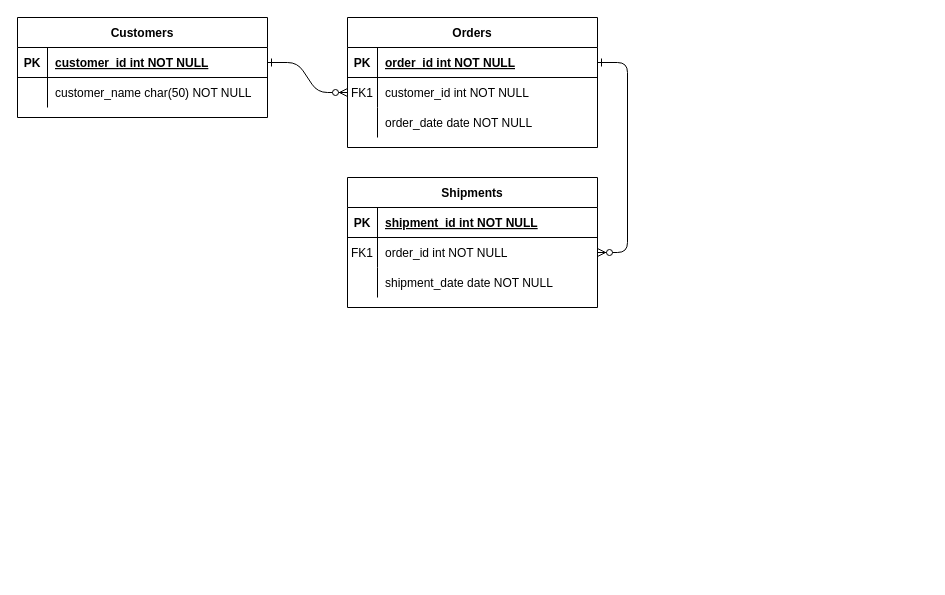
Before: model_conceptual.drawio in vitorjurj/examen_sem1_db, a draw.io diagram. Source tidied: cells renumbered, new cells numbered last; positions are measured from the earlier drawing's top-left corner, leaving out a move shared by most shapes. Both pictures are drawn from the tidied source at 100%, with x=0, y=0 at pixel (17, 17).
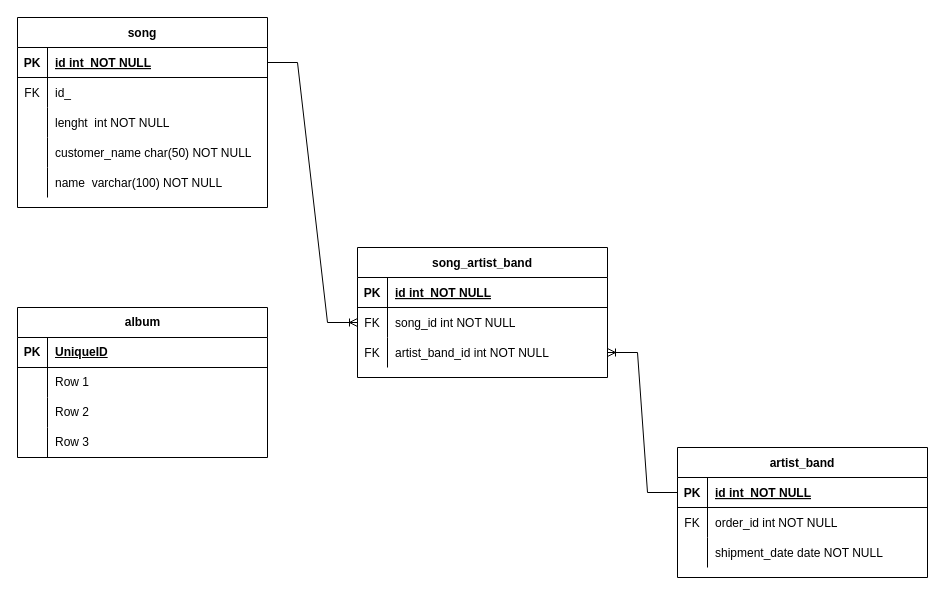
The same diagram, later.

The change refers to these unchanged cells:
```xml
<mxCell id="5" style="shape=partialRectangle;fillColor=none;points=[[0,0.5],[1,0.5]];portConstraint=eastwest;top=0;left=0;right=0;bottom=1;" parent="4" vertex="1">
  <mxGeometry y="30" width="250" height="30" as="geometry" />
</mxCell>
<mxCell id="8" style="shape=partialRectangle;fillColor=none;points=[[0,0.5],[1,0.5]];portConstraint=eastwest;top=0;left=0;right=0;bottom=0;" parent="4" vertex="1">
  <mxGeometry y="60" width="250" height="30" as="geometry" />
</mxCell>
<mxCell id="11" style="shape=partialRectangle;fillColor=none;points=[[0,0.5],[1,0.5]];portConstraint=eastwest;top=0;left=0;right=0;bottom=0;" parent="4" vertex="1">
  <mxGeometry y="90" width="250" height="30" as="geometry" />
</mxCell>
<mxCell id="15" style="shape=partialRectangle;fillColor=none;points=[[0,0.5],[1,0.5]];portConstraint=eastwest;top=0;left=0;right=0;bottom=1;" parent="14" vertex="1">
  <mxGeometry y="30" width="250" height="30" as="geometry" />
</mxCell>
<mxCell id="18" style="shape=partialRectangle;fillColor=none;points=[[0,0.5],[1,0.5]];portConstraint=eastwest;top=0;left=0;right=0;bottom=0;" parent="14" vertex="1">
  <mxGeometry y="60" width="250" height="30" as="geometry" />
</mxCell>
<mxCell id="25" style="shape=partialRectangle;fillColor=none;points=[[0,0.5],[1,0.5]];portConstraint=eastwest;top=0;left=0;right=0;bottom=1;" parent="24" vertex="1">
  <mxGeometry y="30" width="250" height="30" as="geometry" />
</mxCell>
<mxCell id="28" style="shape=partialRectangle;fillColor=none;top=0;left=0;right=0;bottom=0;" parent="24" vertex="1">
  <mxGeometry y="60" width="250" height="30" as="geometry" />
</mxCell>
```

The edit, as a diff of the source:
```diff
@@
-    <mxCell id="2" style="edgeStyle=entityRelationEdgeStyle;endArrow=ERzeroToMany;startArrow=ERone;endFill=1;startFill=0;" parent="1" edge="1" source="25" target="8">
-      <mxGeometry relative="1" as="geometry" />
-    </mxCell>
-    <mxCell id="3" style="edgeStyle=entityRelationEdgeStyle;endArrow=ERzeroToMany;startArrow=ERone;endFill=1;startFill=0;" parent="1" edge="1" source="5" target="18">
-      <mxGeometry relative="1" as="geometry" />
-    </mxCell>
-    <mxCell id="4" value="Orders" style="shape=table;startSize=30;childLayout=tableLayout;rowLines=0;fontStyle=1;align=center;" parent="1" vertex="1">
-      <mxGeometry x="330" width="250" height="130" as="geometry" />
+    <mxCell id="4" value="song_artist_band" style="shape=table;startSize=30;childLayout=tableLayout;rowLines=0;fontStyle=1;align=center;" parent="1" vertex="1">
+      <mxGeometry x="340" y="230" width="250" height="130" as="geometry" />
     </mxCell>
@@
-    <mxCell id="7" value="order_id int NOT NULL " style="shape=partialRectangle;overflow=hidden;fillColor=none;top=0;left=0;bottom=0;right=0;align=left;spacingLeft=6;fontStyle=5;" parent="5" vertex="1">
+    <mxCell id="7" value="id int  NOT NULL" style="shape=partialRectangle;overflow=hidden;fillColor=none;top=0;left=0;bottom=0;right=0;align=left;spacingLeft=6;fontStyle=5;" parent="5" vertex="1">
       <mxGeometry x="30" width="220" height="30" as="geometry" />
     </mxCell>
@@
-    <mxCell id="9" value="FK1" style="shape=partialRectangle;overflow=hidden;fillColor=none;top=0;left=0;bottom=0;right=0;" parent="8" vertex="1">
+    <mxCell id="9" value="FK" style="shape=partialRectangle;overflow=hidden;fillColor=none;top=0;left=0;bottom=0;right=0;" parent="8" vertex="1">
       <mxGeometry width="30" height="30" as="geometry" />
     </mxCell>
-    <mxCell id="10" value="customer_id int NOT NULL" style="shape=partialRectangle;overflow=hidden;fillColor=none;top=0;left=0;bottom=0;right=0;align=left;spacingLeft=6;" parent="8" vertex="1">
+    <mxCell id="10" value="song_id int NOT NULL" style="shape=partialRectangle;overflow=hidden;fillColor=none;top=0;left=0;bottom=0;right=0;align=left;spacingLeft=6;" parent="8" vertex="1">
       <mxGeometry x="30" width="220" height="30" as="geometry" />
     </mxCell>
@@
-    <mxCell id="12" style="shape=partialRectangle;overflow=hidden;fillColor=none;top=0;left=0;bottom=0;right=0;" parent="11" vertex="1">
+    <mxCell id="12" value="FK" style="shape=partialRectangle;overflow=hidden;fillColor=none;top=0;left=0;bottom=0;right=0;" parent="11" vertex="1">
       <mxGeometry width="30" height="30" as="geometry" />
     </mxCell>
-    <mxCell id="13" value="order_date date NOT NULL" style="shape=partialRectangle;overflow=hidden;fillColor=none;top=0;left=0;bottom=0;right=0;align=left;spacingLeft=6;" parent="11" vertex="1">
+    <mxCell id="13" value="artist_band_id int NOT NULL" style="shape=partialRectangle;overflow=hidden;fillColor=none;top=0;left=0;bottom=0;right=0;align=left;spacingLeft=6;" parent="11" vertex="1">
       <mxGeometry x="30" width="220" height="30" as="geometry" />
     </mxCell>
-    <mxCell id="14" value="Shipments" style="shape=table;startSize=30;childLayout=tableLayout;rowLines=0;fontStyle=1;align=center;" parent="1" vertex="1">
-      <mxGeometry x="330" y="160" width="250" height="130" as="geometry" />
+    <mxCell id="14" value="artist_band" style="shape=table;startSize=30;childLayout=tableLayout;rowLines=0;fontStyle=1;align=center;" parent="1" vertex="1">
+      <mxGeometry x="660" y="430" width="250" height="130" as="geometry" />
     </mxCell>
@@
-    <mxCell id="17" value="shipment_id int NOT NULL " style="shape=partialRectangle;overflow=hidden;fillColor=none;top=0;left=0;bottom=0;right=0;align=left;spacingLeft=6;fontStyle=5;" parent="15" vertex="1">
+    <mxCell id="17" value="id int  NOT NULL" style="shape=partialRectangle;overflow=hidden;fillColor=none;top=0;left=0;bottom=0;right=0;align=left;spacingLeft=6;fontStyle=5;" parent="15" vertex="1">
       <mxGeometry x="30" width="220" height="30" as="geometry" />
     </mxCell>
@@
-    <mxCell id="19" value="FK1" style="shape=partialRectangle;overflow=hidden;fillColor=none;top=0;left=0;bottom=0;right=0;" parent="18" vertex="1">
+    <mxCell id="19" value="FK" style="shape=partialRectangle;overflow=hidden;fillColor=none;top=0;left=0;bottom=0;right=0;" parent="18" vertex="1">
       <mxGeometry width="30" height="30" as="geometry" />
     </mxCell>
@@
-    <mxCell id="24" value="Customers" style="shape=table;startSize=30;childLayout=tableLayout;rowLines=0;fontStyle=1;align=center;" parent="1" vertex="1">
-      <mxGeometry width="250" height="100" as="geometry" />
+    <mxCell id="24" value="song" style="shape=table;startSize=30;childLayout=tableLayout;rowLines=0;fontStyle=1;align=center;" parent="1" vertex="1">
+      <mxGeometry width="250" height="190" as="geometry" />
     </mxCell>
@@
-    <mxCell id="27" value="customer_id int NOT NULL " style="shape=partialRectangle;overflow=hidden;fillColor=none;top=0;left=0;bottom=0;right=0;align=left;spacingLeft=6;fontStyle=5;" parent="25" vertex="1">
+    <mxCell id="27" value="id int  NOT NULL" style="shape=partialRectangle;overflow=hidden;fillColor=none;top=0;left=0;bottom=0;right=0;align=left;spacingLeft=6;fontStyle=5;" parent="25" vertex="1">
       <mxGeometry x="30" width="220" height="30" as="geometry" />
     </mxCell>
@@
-    <mxCell id="29" style="shape=partialRectangle;overflow=hidden;fillColor=none;top=0;left=0;bottom=0;right=0;" parent="28" vertex="1">
+    <mxCell id="29" value="FK" style="shape=partialRectangle;overflow=hidden;fillColor=none;top=0;left=0;bottom=0;right=0;" parent="28" vertex="1">
       <mxGeometry width="30" height="30" as="geometry" />
     </mxCell>
-    <mxCell id="30" value="customer_name char(50) NOT NULL" style="shape=partialRectangle;overflow=hidden;fillColor=none;top=0;left=0;bottom=0;right=0;align=left;spacingLeft=6;" parent="28" vertex="1">
+    <mxCell id="30" value="id_" style="shape=partialRectangle;overflow=hidden;fillColor=none;top=0;left=0;bottom=0;right=0;align=left;spacingLeft=6;" parent="28" vertex="1">
       <mxGeometry x="30" width="220" height="30" as="geometry" />
     </mxCell>
+    <mxCell id="31" style="shape=partialRectangle;fillColor=none;top=0;left=0;right=0;bottom=0;" parent="24" vertex="1">
+      <mxGeometry y="90" width="250" height="30" as="geometry" />
+    </mxCell>
+    <mxCell id="32" style="shape=partialRectangle;overflow=hidden;fillColor=none;top=0;left=0;bottom=0;right=0;" parent="31" vertex="1">
+      <mxGeometry width="30" height="30" as="geometry" />
+    </mxCell>
+    <mxCell id="33" value="lenght  int NOT NULL" style="shape=partialRectangle;overflow=hidden;fillColor=none;top=0;left=0;bottom=0;right=0;align=left;spacingLeft=6;" parent="31" vertex="1">
+      <mxGeometry x="30" width="220" height="30" as="geometry" />
+    </mxCell>
+    <mxCell id="34" style="shape=partialRectangle;fillColor=none;top=0;left=0;right=0;bottom=0;" parent="24" vertex="1">
+      <mxGeometry y="120" width="250" height="30" as="geometry" />
+    </mxCell>
+    <mxCell id="35" style="shape=partialRectangle;overflow=hidden;fillColor=none;top=0;left=0;bottom=0;right=0;" parent="34" vertex="1">
+      <mxGeometry width="30" height="30" as="geometry" />
+    </mxCell>
+    <mxCell id="36" value="customer_name char(50) NOT NULL" style="shape=partialRectangle;overflow=hidden;fillColor=none;top=0;left=0;bottom=0;right=0;align=left;spacingLeft=6;" parent="34" vertex="1">
+      <mxGeometry x="30" width="220" height="30" as="geometry" />
+    </mxCell>
+    <mxCell id="37" style="shape=partialRectangle;fillColor=none;top=0;left=0;right=0;bottom=0;" parent="24" vertex="1">
+      <mxGeometry y="150" width="250" height="30" as="geometry" />
+    </mxCell>
+    <mxCell id="38" style="shape=partialRectangle;overflow=hidden;fillColor=none;top=0;left=0;bottom=0;right=0;" parent="37" vertex="1">
+      <mxGeometry width="30" height="30" as="geometry" />
+    </mxCell>
+    <mxCell id="39" value="name  varchar(100) NOT NULL" style="shape=partialRectangle;overflow=hidden;fillColor=none;top=0;left=0;bottom=0;right=0;align=left;spacingLeft=6;" parent="37" vertex="1">
+      <mxGeometry x="30" width="220" height="30" as="geometry" />
+    </mxCell>
+    <mxCell id="2" style="edgeStyle=entityRelationEdgeStyle;fontSize=12;html=1;endArrow=ERoneToMany;rounded=0;exitX=1;exitY=0.5;exitDx=0;exitDy=0;entryX=0;entryY=0.5;entryDx=0;entryDy=0;" parent="1" edge="1" source="25" target="8">
+      <mxGeometry relative="1" as="geometry" />
+    </mxCell>
+    <mxCell id="40" style="edgeStyle=entityRelationEdgeStyle;fontSize=12;html=1;endArrow=ERoneToMany;rounded=0;entryX=1;entryY=0.5;entryDx=0;entryDy=0;exitX=0;exitY=0.5;exitDx=0;exitDy=0;" parent="1" edge="1" source="15" target="11">
+      <mxGeometry relative="1" as="geometry" />
+    </mxCell>
+    <mxCell id="41" value="album" style="shape=table;startSize=30;childLayout=tableLayout;rowLines=0;fontStyle=1;align=center;html=1;" parent="1" vertex="1">
+      <mxGeometry y="290" width="250" height="150" as="geometry" />
+    </mxCell>
+    <mxCell id="42" style="shape=tableRow;horizontal=0;startSize=0;swimlaneHead=0;swimlaneBody=0;fillColor=none;top=0;left=0;right=0;bottom=1;" parent="41" vertex="1">
+      <mxGeometry y="30" width="250" height="30" as="geometry" />
+    </mxCell>
+    <mxCell id="43" value="PK" style="shape=partialRectangle;fillColor=none;top=0;left=0;bottom=0;right=0;fontStyle=1;overflow=hidden;whiteSpace=wrap;html=1;" parent="42" vertex="1">
+      <mxGeometry width="30" height="30" as="geometry" />
+    </mxCell>
+    <mxCell id="44" value="UniqueID" style="shape=partialRectangle;fillColor=none;top=0;left=0;bottom=0;right=0;align=left;spacingLeft=6;fontStyle=5;overflow=hidden;whiteSpace=wrap;html=1;" parent="42" vertex="1">
+      <mxGeometry x="30" width="220" height="30" as="geometry" />
+    </mxCell>
+    <mxCell id="45" style="shape=tableRow;horizontal=0;startSize=0;swimlaneHead=0;swimlaneBody=0;fillColor=none;top=0;left=0;right=0;bottom=0;" parent="41" vertex="1">
+      <mxGeometry y="60" width="250" height="30" as="geometry" />
+    </mxCell>
+    <mxCell id="46" style="shape=partialRectangle;fillColor=none;top=0;left=0;bottom=0;right=0;overflow=hidden;whiteSpace=wrap;html=1;" parent="45" vertex="1">
+      <mxGeometry width="30" height="30" as="geometry" />
+    </mxCell>
+    <mxCell id="47" value="Row 1" style="shape=partialRectangle;fillColor=none;top=0;left=0;bottom=0;right=0;align=left;spacingLeft=6;overflow=hidden;whiteSpace=wrap;html=1;" parent="45" vertex="1">
+      <mxGeometry x="30" width="220" height="30" as="geometry" />
+    </mxCell>
+    <mxCell id="48" style="shape=tableRow;horizontal=0;startSize=0;swimlaneHead=0;swimlaneBody=0;fillColor=none;top=0;left=0;right=0;bottom=0;" parent="41" vertex="1">
+      <mxGeometry y="90" width="250" height="30" as="geometry" />
+    </mxCell>
+    <mxCell id="49" style="shape=partialRectangle;fillColor=none;top=0;left=0;bottom=0;right=0;overflow=hidden;whiteSpace=wrap;html=1;" parent="48" vertex="1">
+      <mxGeometry width="30" height="30" as="geometry" />
+    </mxCell>
+    <mxCell id="50" value="Row 2" style="shape=partialRectangle;fillColor=none;top=0;left=0;bottom=0;right=0;align=left;spacingLeft=6;overflow=hidden;whiteSpace=wrap;html=1;" parent="48" vertex="1">
+      <mxGeometry x="30" width="220" height="30" as="geometry" />
+    </mxCell>
+    <mxCell id="51" style="shape=tableRow;horizontal=0;startSize=0;swimlaneHead=0;swimlaneBody=0;fillColor=none;top=0;left=0;right=0;bottom=0;" parent="41" vertex="1">
+      <mxGeometry y="120" width="250" height="30" as="geometry" />
+    </mxCell>
+    <mxCell id="52" style="shape=partialRectangle;fillColor=none;top=0;left=0;bottom=0;right=0;overflow=hidden;whiteSpace=wrap;html=1;" parent="51" vertex="1">
+      <mxGeometry width="30" height="30" as="geometry" />
+    </mxCell>
+    <mxCell id="53" value="Row 3" style="shape=partialRectangle;fillColor=none;top=0;left=0;bottom=0;right=0;align=left;spacingLeft=6;overflow=hidden;whiteSpace=wrap;html=1;" parent="51" vertex="1">
+      <mxGeometry x="30" width="220" height="30" as="geometry" />
+    </mxCell>
```
